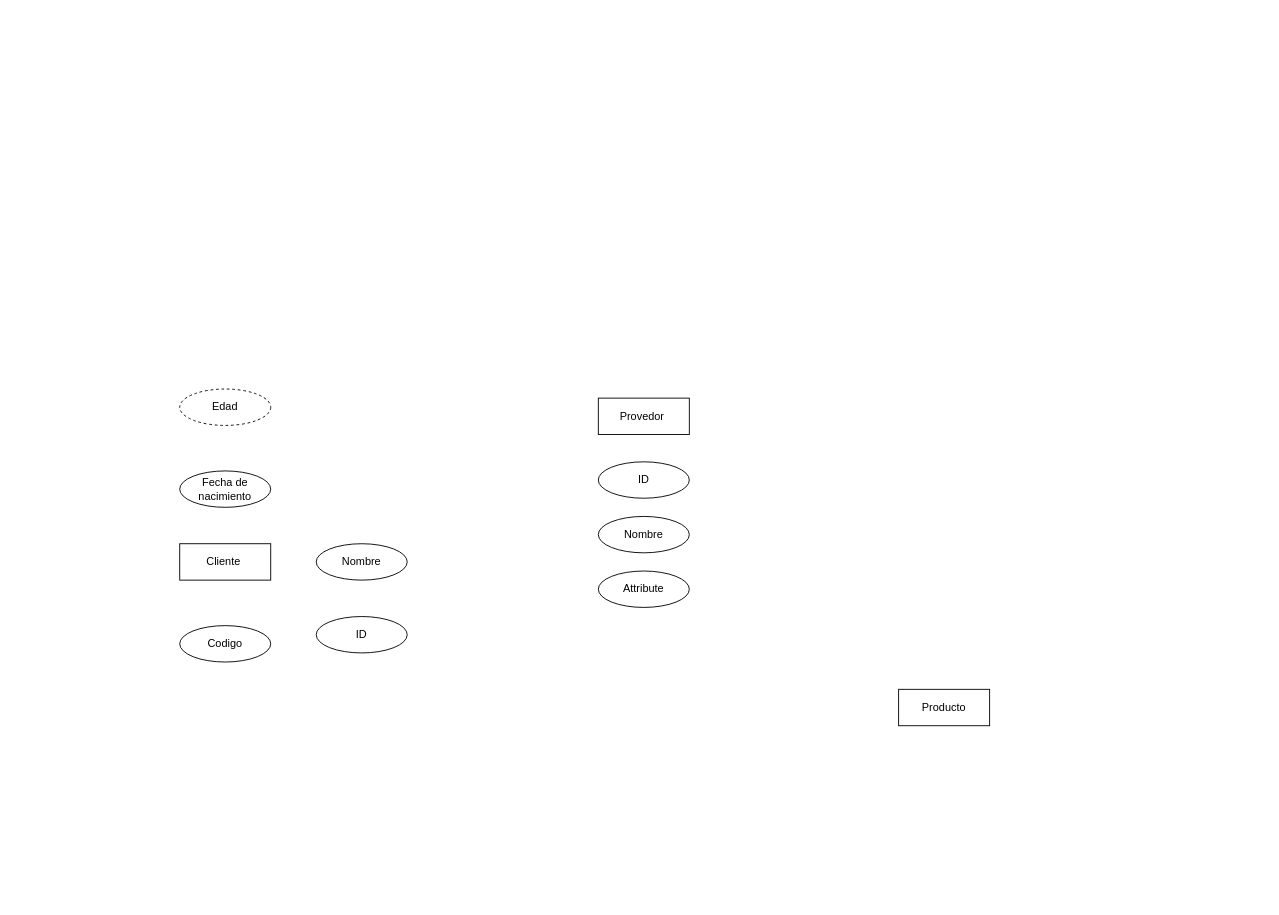
TatianaDaza/uni keeps this draw.io diagram as requisitos de sofware/Diagrama sin título.drawio. Above is the earlier version. Source tidied: cells renumbered, new cells numbered last; positions are measured from the earlier drawing's top-left corner, leaving out a move shared by most shapes. Both pictures are drawn from the tidied source at 91%, with x=0, y=0 at pixel (179, 389).
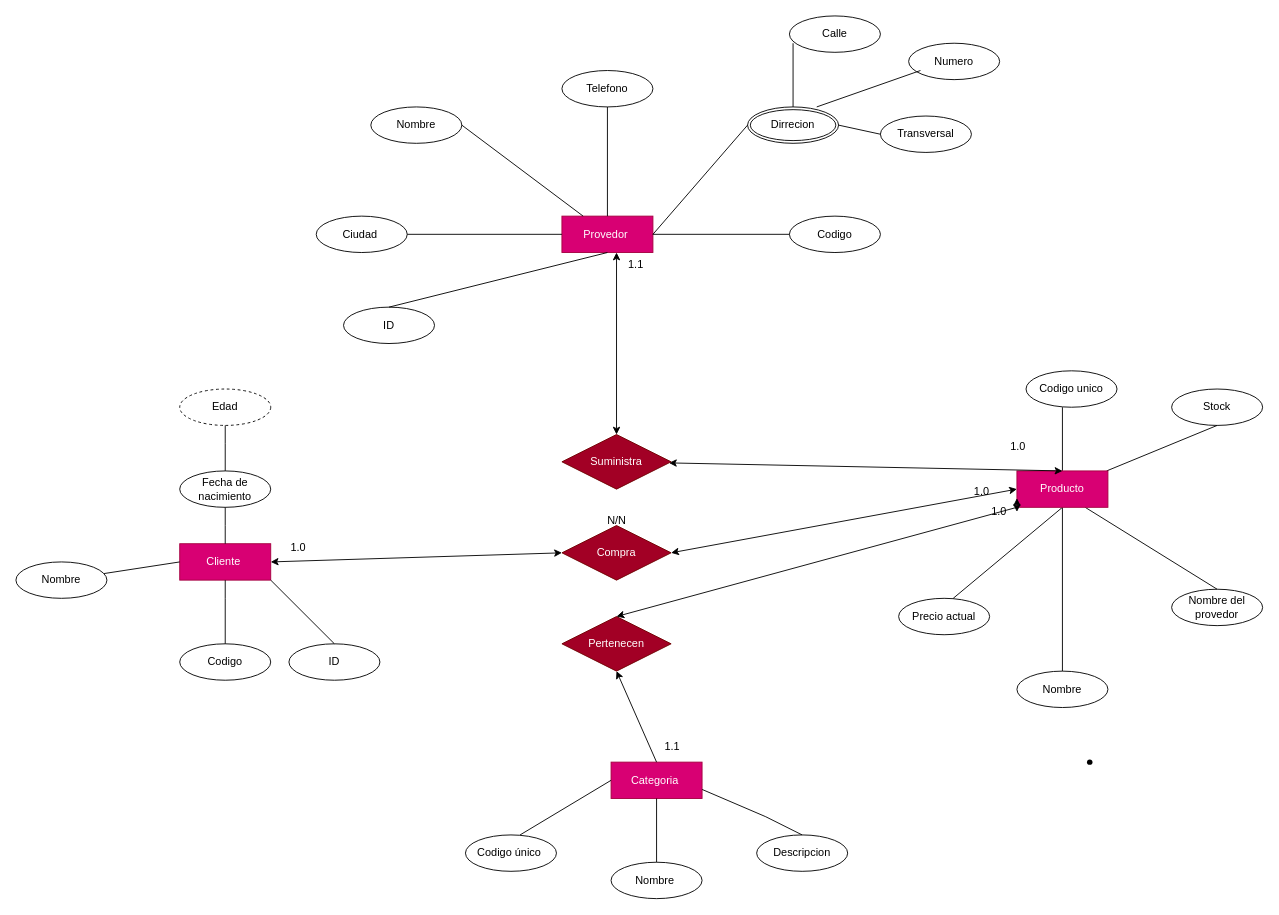
The same page after the edit.

The change refers to these unchanged cells:
```xml
<mxCell id="6" value="Fecha de nacimiento" style="ellipse;whiteSpace=wrap;html=1;align=center;" parent="1" vertex="1">
  <mxGeometry y="90" width="100" height="40" as="geometry" />
</mxCell>
<mxCell id="7" value="Edad" style="ellipse;whiteSpace=wrap;html=1;align=center;dashed=1;" parent="1" vertex="1">
  <mxGeometry width="100" height="40" as="geometry" />
</mxCell>
```

The edit, as a diff of the source:
```diff
@@
-    <mxCell id="2" value="Nombre" style="ellipse;whiteSpace=wrap;html=1;align=center;" parent="1" vertex="1">
-      <mxGeometry x="150" y="170" width="100" height="40" as="geometry" />
-    </mxCell>
-    <mxCell id="3" value="Cliente&amp;nbsp;" style="whiteSpace=wrap;html=1;align=center;" parent="1" vertex="1">
+    <mxCell id="3" value="Cliente&amp;nbsp;" style="whiteSpace=wrap;html=1;align=center;fillColor=#d80073;fontColor=#ffffff;strokeColor=#A50040;" parent="1" vertex="1">
       <mxGeometry y="170" width="100" height="40" as="geometry" />
     </mxCell>
-    <mxCell id="4" value="Provedor&amp;nbsp;" style="whiteSpace=wrap;html=1;align=center;" parent="1" vertex="1">
-      <mxGeometry x="460" y="10" width="100" height="40" as="geometry" />
+    <mxCell id="4" value="Provedor&amp;nbsp;" style="whiteSpace=wrap;html=1;align=center;fillColor=#d80073;fontColor=#ffffff;strokeColor=#A50040;" parent="1" vertex="1">
+      <mxGeometry x="420" y="-190" width="100" height="40" as="geometry" />
     </mxCell>
-    <mxCell id="5" value="Producto" style="whiteSpace=wrap;html=1;align=center;" parent="1" vertex="1">
-      <mxGeometry x="790" y="330" width="100" height="40" as="geometry" />
-    </mxCell>
@@
     <mxCell id="8" value="Codigo" style="ellipse;whiteSpace=wrap;html=1;align=center;" parent="1" vertex="1">
-      <mxGeometry y="260" width="100" height="40" as="geometry" />
+      <mxGeometry y="280" width="100" height="40" as="geometry" />
     </mxCell>
     <mxCell id="9" value="ID" style="ellipse;whiteSpace=wrap;html=1;align=center;" parent="1" vertex="1">
-      <mxGeometry x="150" y="250" width="100" height="40" as="geometry" />
+      <mxGeometry x="120" y="280" width="100" height="40" as="geometry" />
     </mxCell>
     <mxCell id="10" value="ID" style="ellipse;whiteSpace=wrap;html=1;align=center;" parent="1" vertex="1">
-      <mxGeometry x="460" y="80" width="100" height="40" as="geometry" />
+      <mxGeometry x="180" y="-90" width="100" height="40" as="geometry" />
     </mxCell>
     <mxCell id="11" value="Nombre" style="ellipse;whiteSpace=wrap;html=1;align=center;" parent="1" vertex="1">
-      <mxGeometry x="460" y="140" width="100" height="40" as="geometry" />
+      <mxGeometry x="210" y="-310" width="100" height="40" as="geometry" />
     </mxCell>
-    <mxCell id="12" value="Attribute" style="ellipse;whiteSpace=wrap;html=1;align=center;" parent="1" vertex="1">
-      <mxGeometry x="460" y="200" width="100" height="40" as="geometry" />
+    <mxCell id="12" value="Codigo" style="ellipse;whiteSpace=wrap;html=1;align=center;" parent="1" vertex="1">
+      <mxGeometry x="670" y="-190" width="100" height="40" as="geometry" />
     </mxCell>
+    <mxCell id="13" value="Ciudad&amp;nbsp;" style="ellipse;whiteSpace=wrap;html=1;align=center;" parent="1" vertex="1">
+      <mxGeometry x="150" y="-190" width="100" height="40" as="geometry" />
+    </mxCell>
+    <mxCell id="14" value="Telefono" style="ellipse;whiteSpace=wrap;html=1;align=center;" parent="1" vertex="1">
+      <mxGeometry x="420" y="-350" width="100" height="40" as="geometry" />
+    </mxCell>
+    <mxCell id="15" value="Dirrecion" style="ellipse;shape=doubleEllipse;margin=3;whiteSpace=wrap;html=1;align=center;" parent="1" vertex="1">
+      <mxGeometry x="624" y="-310" width="100" height="40" as="geometry" />
+    </mxCell>
+    <mxCell id="16" value="Precio actual" style="ellipse;whiteSpace=wrap;html=1;align=center;" parent="1" vertex="1">
+      <mxGeometry x="790" y="230" width="100" height="40" as="geometry" />
+    </mxCell>
+    <mxCell id="17" value="Nombre" style="ellipse;whiteSpace=wrap;html=1;align=center;" parent="1" vertex="1">
+      <mxGeometry x="920" y="310" width="100" height="40" as="geometry" />
+    </mxCell>
+    <mxCell id="18" value="Codigo unico" style="ellipse;whiteSpace=wrap;html=1;align=center;" parent="1" vertex="1">
+      <mxGeometry x="930" y="-20" width="100" height="40" as="geometry" />
+    </mxCell>
+    <mxCell id="19" value="Nombre del provedor" style="ellipse;whiteSpace=wrap;html=1;align=center;" parent="1" vertex="1">
+      <mxGeometry x="1090" y="220" width="100" height="40" as="geometry" />
+    </mxCell>
+    <mxCell id="20" value="Stock" style="ellipse;whiteSpace=wrap;html=1;align=center;" parent="1" vertex="1">
+      <mxGeometry x="1090" width="100" height="40" as="geometry" />
+    </mxCell>
+    <mxCell id="21" value="Categoria&amp;nbsp;" style="whiteSpace=wrap;html=1;align=center;fillColor=#d80073;fontColor=#ffffff;strokeColor=#A50040;" parent="1" vertex="1">
+      <mxGeometry x="474" y="410" width="100" height="40" as="geometry" />
+    </mxCell>
+    <mxCell id="22" value="Codigo único&amp;nbsp;" style="ellipse;whiteSpace=wrap;html=1;align=center;" parent="1" vertex="1">
+      <mxGeometry x="314" y="490" width="100" height="40" as="geometry" />
+    </mxCell>
+    <mxCell id="23" value="Nombre&amp;nbsp;" style="ellipse;whiteSpace=wrap;html=1;align=center;" parent="1" vertex="1">
+      <mxGeometry x="474" y="520" width="100" height="40" as="geometry" />
+    </mxCell>
+    <mxCell id="24" value="Descripcion" style="ellipse;whiteSpace=wrap;html=1;align=center;" parent="1" vertex="1">
+      <mxGeometry x="634" y="490" width="100" height="40" as="geometry" />
+    </mxCell>
+    <mxCell id="25" style="endArrow=none;html=1;rounded=0;entryX=0.5;entryY=0;entryDx=0;entryDy=0;exitX=1;exitY=0.75;exitDx=0;exitDy=0;" parent="1" edge="1" source="21" target="24">
+      <mxGeometry relative="1" as="geometry">
+        <Array as="points">
+          <mxPoint x="644" y="470" />
+        </Array>
+      </mxGeometry>
+    </mxCell>
+    <mxCell id="26" style="endArrow=none;html=1;rounded=0;entryX=0;entryY=0.5;entryDx=0;entryDy=0;" parent="1" edge="1" target="21">
+      <mxGeometry relative="1" as="geometry">
+        <mxPoint x="374" y="490" as="sourcePoint" />
+      </mxGeometry>
+    </mxCell>
+    <mxCell id="27" style="endArrow=none;html=1;rounded=0;entryX=0.5;entryY=0;entryDx=0;entryDy=0;exitX=0.5;exitY=1;exitDx=0;exitDy=0;" parent="1" edge="1" source="21" target="23">
+      <mxGeometry relative="1" as="geometry" />
+    </mxCell>
+    <mxCell id="28" style="endArrow=none;html=1;rounded=0;exitX=0.5;exitY=1;exitDx=0;exitDy=0;" parent="1" edge="1" source="6">
+      <mxGeometry relative="1" as="geometry">
+        <mxPoint x="50" y="170" as="targetPoint" />
+        <Array as="points">
+          <mxPoint x="50" y="150" />
+        </Array>
+      </mxGeometry>
+    </mxCell>
+    <mxCell id="29" style="endArrow=none;html=1;rounded=0;exitX=0.5;exitY=1;exitDx=0;exitDy=0;entryX=0.5;entryY=0;entryDx=0;entryDy=0;" parent="1" edge="1" source="3" target="8">
+      <mxGeometry relative="1" as="geometry">
+        <Array as="points">
+          <mxPoint x="50" y="230" />
+        </Array>
+      </mxGeometry>
+    </mxCell>
+    <mxCell id="30" style="endArrow=none;html=1;rounded=0;entryX=0.5;entryY=0;entryDx=0;entryDy=0;" parent="1" edge="1" target="9">
+      <mxGeometry relative="1" as="geometry">
+        <mxPoint x="100" y="210" as="sourcePoint" />
+      </mxGeometry>
+    </mxCell>
+    <mxCell id="31" style="endArrow=none;html=1;rounded=0;exitX=0.5;exitY=1;exitDx=0;exitDy=0;" parent="1" edge="1" source="7" target="6">
+      <mxGeometry relative="1" as="geometry">
+        <Array as="points">
+          <mxPoint x="50" y="60" />
+        </Array>
+      </mxGeometry>
+    </mxCell>
+    <mxCell id="32" style="endArrow=none;html=1;rounded=0;entryX=0.5;entryY=0;entryDx=0;entryDy=0;exitX=0.5;exitY=1;exitDx=0;exitDy=0;" parent="1" edge="1" source="4" target="10">
+      <mxGeometry relative="1" as="geometry" />
+    </mxCell>
+    <mxCell id="33" style="endArrow=none;html=1;rounded=0;exitX=1;exitY=0.5;exitDx=0;exitDy=0;entryX=0;entryY=0.5;entryDx=0;entryDy=0;" parent="1" edge="1" source="4" target="15">
+      <mxGeometry relative="1" as="geometry" />
+    </mxCell>
+    <mxCell id="34" style="endArrow=none;html=1;rounded=0;" parent="1" edge="1" source="14" target="4">
+      <mxGeometry relative="1" as="geometry" />
+    </mxCell>
+    <mxCell id="35" style="endArrow=none;html=1;rounded=0;exitX=1;exitY=0.5;exitDx=0;exitDy=0;" parent="1" edge="1" source="11" target="4">
+      <mxGeometry relative="1" as="geometry" />
+    </mxCell>
+    <mxCell id="36" style="endArrow=none;html=1;rounded=0;entryX=0;entryY=0.5;entryDx=0;entryDy=0;" parent="1" edge="1" target="12">
+      <mxGeometry relative="1" as="geometry">
+        <mxPoint x="520" y="-170" as="sourcePoint" />
+      </mxGeometry>
+    </mxCell>
+    <mxCell id="37" style="endArrow=none;html=1;rounded=0;exitX=1;exitY=0.5;exitDx=0;exitDy=0;" parent="1" edge="1" source="13">
+      <mxGeometry relative="1" as="geometry">
+        <mxPoint x="420" y="-170" as="targetPoint" />
+      </mxGeometry>
+    </mxCell>
+    <mxCell id="38" style="endArrow=none;html=1;rounded=0;exitX=0.6;exitY=0;exitDx=0;exitDy=0;exitPerimeter=0;entryX=0.5;entryY=1;entryDx=0;entryDy=0;" parent="1" edge="1" source="16" target="5">
+      <mxGeometry relative="1" as="geometry" />
+    </mxCell>
+    <mxCell id="39" style="endArrow=none;html=1;rounded=0;exitX=0.5;exitY=0;exitDx=0;exitDy=0;entryX=0.4;entryY=1;entryDx=0;entryDy=0;entryPerimeter=0;" parent="1" edge="1" source="5" target="18">
+      <mxGeometry relative="1" as="geometry" />
+    </mxCell>
+    <mxCell id="40" style="endArrow=none;html=1;rounded=0;entryX=0.5;entryY=0;entryDx=0;entryDy=0;exitX=0.5;exitY=1;exitDx=0;exitDy=0;" parent="1" edge="1" source="5" target="17">
+      <mxGeometry relative="1" as="geometry" />
+    </mxCell>
+    <mxCell id="41" style="endArrow=none;html=1;rounded=0;entryX=0.5;entryY=0;entryDx=0;entryDy=0;exitX=0.75;exitY=1;exitDx=0;exitDy=0;" parent="1" edge="1" source="5" target="19">
+      <mxGeometry relative="1" as="geometry" />
+    </mxCell>
+    <mxCell id="42" style="endArrow=none;html=1;rounded=0;exitX=0.5;exitY=1;exitDx=0;exitDy=0;" parent="1" edge="1" source="20" target="5">
+      <mxGeometry relative="1" as="geometry" />
+    </mxCell>
+    <mxCell id="5" value="Producto" style="whiteSpace=wrap;html=1;align=center;fillColor=#d80073;fontColor=#ffffff;strokeColor=#A50040;" parent="1" vertex="1">
+      <mxGeometry x="920" y="90" width="100" height="40" as="geometry" />
+    </mxCell>
+    <mxCell id="43" value="Compra" style="shape=rhombus;perimeter=rhombusPerimeter;whiteSpace=wrap;html=1;align=center;fillColor=#a20025;fontColor=#ffffff;strokeColor=#6F0000;" parent="1" vertex="1">
+      <mxGeometry x="420" y="150" width="120" height="60" as="geometry" />
+    </mxCell>
+    <mxCell id="44" value="Pertenecen" style="shape=rhombus;perimeter=rhombusPerimeter;whiteSpace=wrap;html=1;align=center;fillColor=#a20025;fontColor=#ffffff;strokeColor=#6F0000;" parent="1" vertex="1">
+      <mxGeometry x="420" y="250" width="120" height="60" as="geometry" />
+    </mxCell>
+    <mxCell id="45" style="endArrow=classic;html=1;rounded=0;exitX=0.5;exitY=0;exitDx=0;exitDy=0;entryX=0.5;entryY=1;entryDx=0;entryDy=0;" parent="1" edge="1" source="21" target="44">
+      <mxGeometry relative="1" as="geometry" />
+    </mxCell>
+    <mxCell id="46" style="endArrow=classic;html=1;rounded=0;entryX=0.5;entryY=0;entryDx=0;entryDy=0;exitX=1;exitY=0.333;exitDx=0;exitDy=0;exitPerimeter=0;" parent="1" edge="1" source="59" target="44">
+      <mxGeometry relative="1" as="geometry" />
+    </mxCell>
+    <mxCell id="47" style="endArrow=classic;startArrow=classic;html=1;rounded=0;" parent="1" edge="1" source="51">
+      <mxGeometry relative="1" as="geometry">
+        <mxPoint x="480" y="-150" as="targetPoint" />
+      </mxGeometry>
+    </mxCell>
+    <mxCell id="48" style="endArrow=classic;startArrow=classic;html=1;rounded=0;entryX=0;entryY=0.5;entryDx=0;entryDy=0;" parent="1" edge="1" target="43">
+      <mxGeometry relative="1" as="geometry">
+        <mxPoint x="100" y="190" as="sourcePoint" />
+      </mxGeometry>
+    </mxCell>
+    <mxCell id="49" style="endArrow=classic;startArrow=classic;html=1;rounded=0;exitX=1;exitY=0.5;exitDx=0;exitDy=0;entryX=0;entryY=0.75;entryDx=0;entryDy=0;" parent="1" edge="1" source="59" target="5">
+      <mxGeometry relative="1" as="geometry" />
+    </mxCell>
+    <mxCell id="50" style="endArrow=classic;startArrow=classic;html=1;rounded=0;" parent="1" edge="1" target="51">
+      <mxGeometry relative="1" as="geometry">
+        <mxPoint x="970" y="90" as="sourcePoint" />
+      </mxGeometry>
+    </mxCell>
+    <mxCell id="51" value="Suministra" style="shape=rhombus;perimeter=rhombusPerimeter;whiteSpace=wrap;html=1;align=center;fillColor=#a20025;fontColor=#ffffff;strokeColor=#6F0000;" parent="1" vertex="1">
+      <mxGeometry x="420" y="50" width="120" height="60" as="geometry" />
+    </mxCell>
+    <mxCell id="52" style="shape=waypoint;sketch=0;size=6;fillColor=none;perimeter=centerPerimeter;" parent="1" vertex="1">
+      <mxGeometry x="990" y="400" width="20" height="20" as="geometry" />
+    </mxCell>
+    <mxCell id="53" value="N/N" style="text;html=1;align=center;verticalAlign=middle;strokeColor=none;fillColor=none;" parent="1" vertex="1">
+      <mxGeometry x="455" y="130" width="50" height="30" as="geometry" />
+    </mxCell>
+    <mxCell id="54" style="endArrow=none;html=1;rounded=0;exitX=0;exitY=0.5;exitDx=0;exitDy=0;" parent="1" edge="1" source="3" target="2">
+      <mxGeometry relative="1" as="geometry" />
+    </mxCell>
+    <mxCell id="2" value="Nombre" style="ellipse;whiteSpace=wrap;html=1;align=center;" parent="1" vertex="1">
+      <mxGeometry x="-180" y="190" width="100" height="40" as="geometry" />
+    </mxCell>
+    <mxCell id="55" value="1.1" style="text;html=1;align=center;verticalAlign=middle;strokeColor=none;fillColor=none;" parent="1" vertex="1">
+      <mxGeometry x="521" y="378" width="40" height="30" as="geometry" />
+    </mxCell>
+    <mxCell id="56" value="1.0" style="text;html=1;align=center;verticalAlign=middle;strokeColor=none;fillColor=none;" parent="1" vertex="1">
+      <mxGeometry x="110" y="160" width="40" height="30" as="geometry" />
+    </mxCell>
+    <mxCell id="57" value="1.0" style="text;html=1;align=center;verticalAlign=middle;strokeColor=none;fillColor=none;" parent="1" vertex="1">
+      <mxGeometry x="861" y="98" width="40" height="30" as="geometry" />
+    </mxCell>
+    <mxCell id="58" style="endArrow=classic;startArrow=classic;html=1;rounded=0;exitX=1;exitY=0.5;exitDx=0;exitDy=0;" parent="1" edge="1" source="43">
+      <mxGeometry relative="1" as="geometry">
+        <mxPoint x="920" y="110" as="targetPoint" />
+      </mxGeometry>
+    </mxCell>
+    <mxCell id="59" value="1.0" style="text;html=1;align=center;verticalAlign=middle;points=[];strokeColor=none;fillColor=none;" parent="1" vertex="1">
+      <mxGeometry x="880" y="120" width="40" height="30" as="geometry" />
+    </mxCell>
+    <mxCell id="60" value="1.0" style="text;html=1;align=center;verticalAlign=middle;strokeColor=none;fillColor=none;" parent="1" vertex="1">
+      <mxGeometry x="901" y="48" width="40" height="30" as="geometry" />
+    </mxCell>
+    <mxCell id="61" value="1.1" style="text;html=1;align=center;verticalAlign=middle;strokeColor=none;fillColor=none;" parent="1" vertex="1">
+      <mxGeometry x="481" y="-152" width="40" height="30" as="geometry" />
+    </mxCell>
+    <mxCell id="62" value="Transversal" style="ellipse;whiteSpace=wrap;html=1;align=center;" parent="1" vertex="1">
+      <mxGeometry x="770" y="-300" width="100" height="40" as="geometry" />
+    </mxCell>
+    <mxCell id="63" value="Numero" style="ellipse;whiteSpace=wrap;html=1;align=center;" parent="1" vertex="1">
+      <mxGeometry x="801" y="-380" width="100" height="40" as="geometry" />
+    </mxCell>
+    <mxCell id="64" value="Calle" style="ellipse;whiteSpace=wrap;html=1;align=center;" parent="1" vertex="1">
+      <mxGeometry x="670" y="-410" width="100" height="40" as="geometry" />
+    </mxCell>
+    <mxCell id="65" style="endArrow=none;html=1;rounded=0;exitX=0.5;exitY=0;exitDx=0;exitDy=0;entryX=0.04;entryY=0.75;entryDx=0;entryDy=0;entryPerimeter=0;" parent="1" edge="1" source="15" target="64">
+      <mxGeometry relative="1" as="geometry" />
+    </mxCell>
+    <mxCell id="66" style="endArrow=none;html=1;rounded=0;exitX=0.76;exitY=0;exitDx=0;exitDy=0;exitPerimeter=0;" parent="1" edge="1" source="15">
+      <mxGeometry relative="1" as="geometry">
+        <mxPoint x="814" y="-350" as="targetPoint" />
+      </mxGeometry>
+    </mxCell>
+    <mxCell id="67" style="endArrow=none;html=1;rounded=0;entryX=0.5;entryY=1;entryDx=0;entryDy=0;exitX=0;exitY=0.5;exitDx=0;exitDy=0;" parent="1" edge="1" source="62">
+      <mxGeometry relative="1" as="geometry">
+        <mxPoint x="724" y="-290" as="targetPoint" />
+      </mxGeometry>
+    </mxCell>
```
